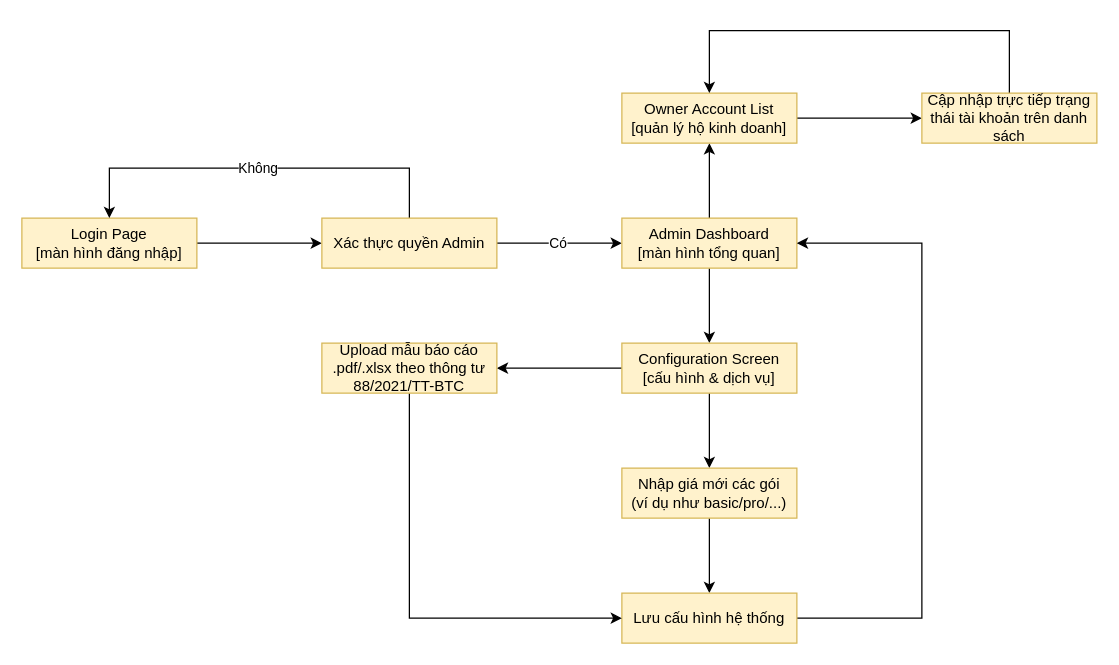
This is docs/diagrams/admin_screen_flow.drawio from fouzo53/software-engineering-project, a draw.io file, before an edit. Source tidied: cells renumbered, new cells numbered last; positions are measured from the earlier drawing's top-left corner, leaving out a move shared by most shapes. Both pictures are drawn from the tidied source at 125%, with x=0, y=0 at pixel (21, 30).
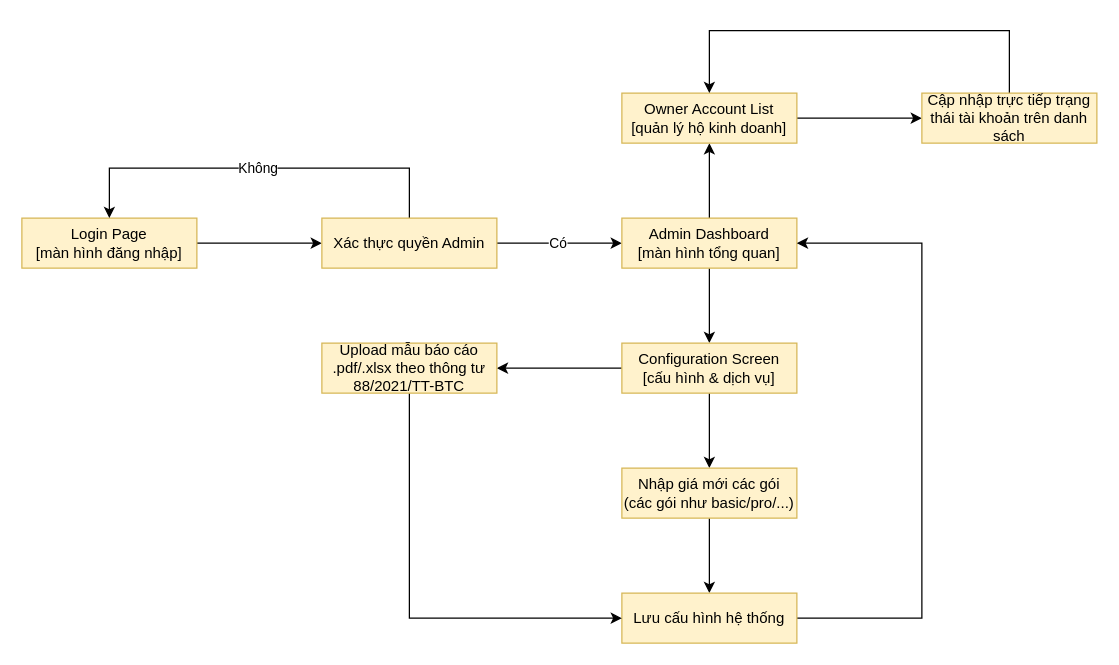
The same diagram, later.

The edit, as a diff of the source:
```diff
@@
-    <mxCell id="16" value="Nhập giá mới các gói&lt;div&gt;(ví dụ như basic/pro/...)&lt;/div&gt;" style="rounded=0;whiteSpace=wrap;html=1;fillColor=#fff2cc;strokeColor=#d6b656;" parent="1" vertex="1">
+    <mxCell id="16" value="Nhập giá mới các gói&lt;div&gt;(các gói như basic/pro/...)&lt;/div&gt;" style="rounded=0;whiteSpace=wrap;html=1;fillColor=#fff2cc;strokeColor=#d6b656;" parent="1" vertex="1">
       <mxGeometry x="480" y="350" width="140" height="40" as="geometry" />
     </mxCell>
```
